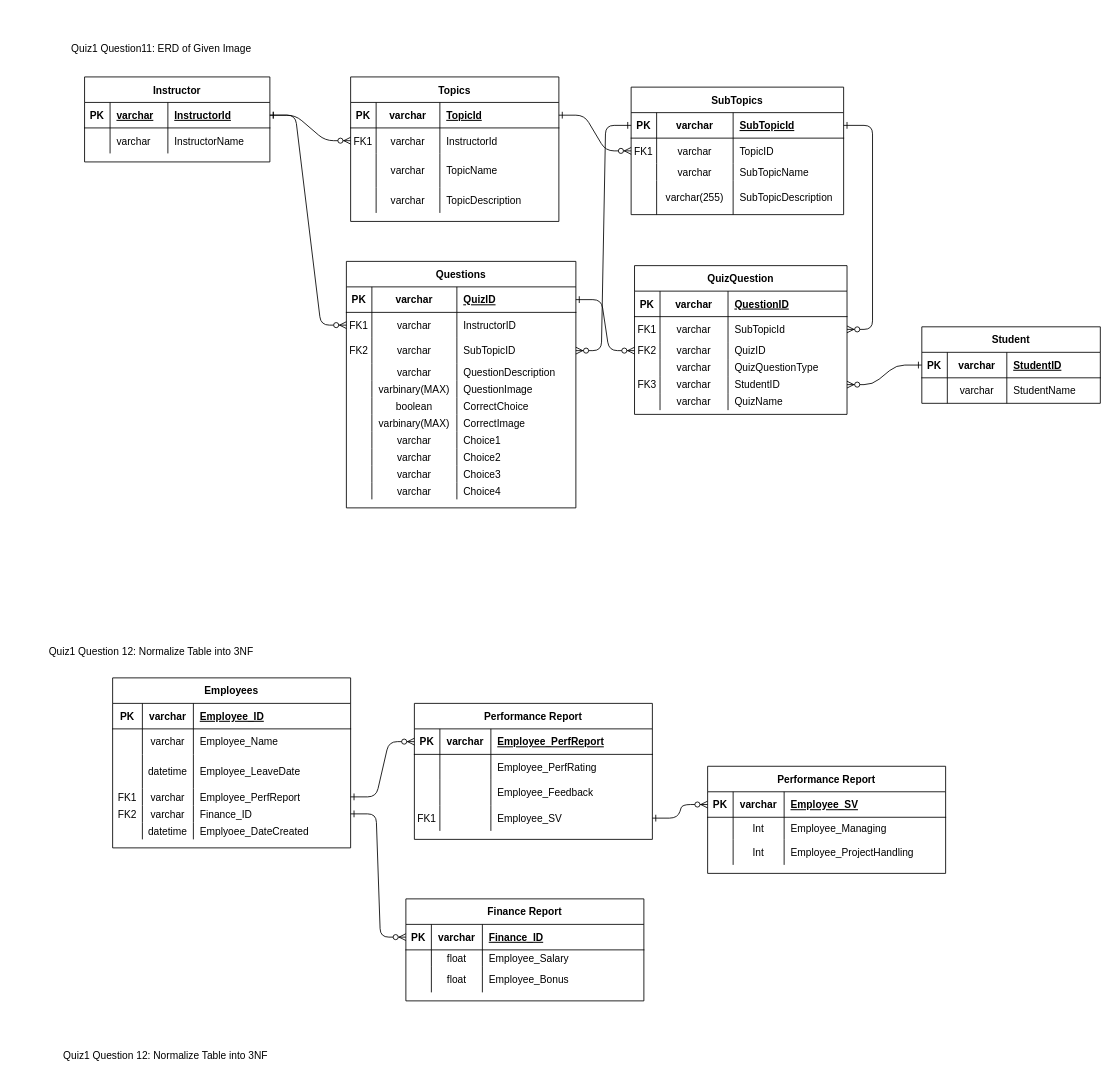
The draw.io diagram Quiz1_111021.drawio in AmirAini/BackEndDay1, before the edit. Source tidied: cells renumbered, new cells numbered last; positions are measured from the earlier drawing's top-left corner, leaving out a move shared by most shapes. Both pictures are drawn from the tidied source at 85%, with x=0, y=0 at pixel (40, 40).
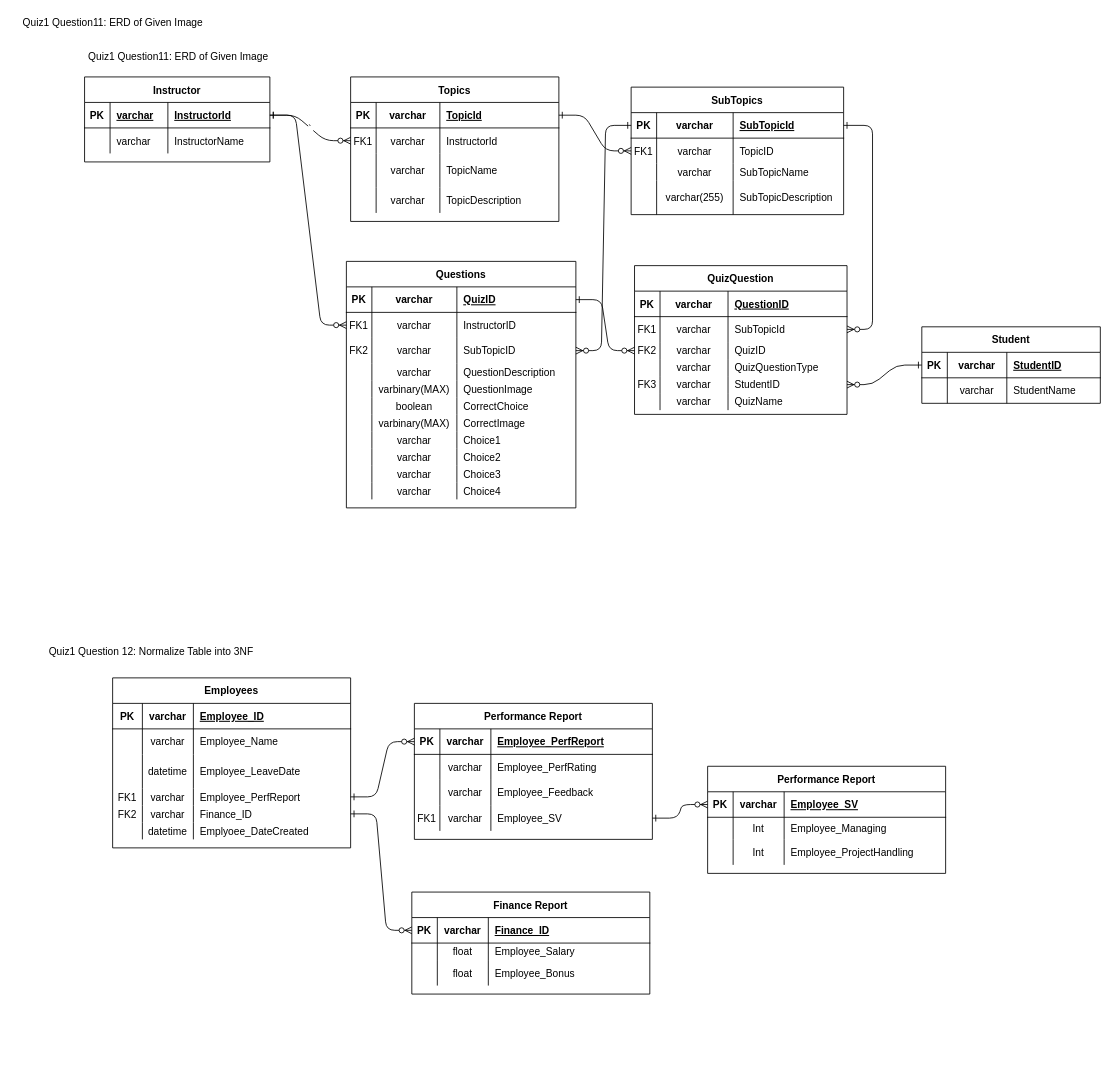
After the change.

The change refers to these unchanged cells:
```xml
<mxCell id="9" style="shape=partialRectangle;fillColor=none;points=[[0,0.5],[1,0.5]];portConstraint=eastwest;top=0;left=0;right=0;bottom=0;" parent="4" vertex="1">
  <mxGeometry y="60" width="245" height="30" as="geometry" />
</mxCell>
<mxCell id="39" style="shape=partialRectangle;fillColor=none;points=[[0,0.5],[1,0.5]];portConstraint=eastwest;top=0;left=0;right=0;bottom=1;" parent="38" vertex="1">
  <mxGeometry y="30" width="218" height="30" as="geometry" />
</mxCell>
<mxCell id="178" style="shape=partialRectangle;fillColor=none;top=0;left=0;right=0;bottom=0;" parent="173" vertex="1">
  <mxGeometry y="60" width="280" height="30" as="geometry" />
</mxCell>
<mxCell id="182" style="shape=partialRectangle;fillColor=none;top=0;left=0;right=0;bottom=0;" parent="173" vertex="1">
  <mxGeometry y="90" width="280" height="30" as="geometry" />
</mxCell>
<mxCell id="186" style="shape=partialRectangle;fillColor=none;points=[[0,0.5],[1,0.5]];portConstraint=eastwest;top=0;left=0;right=0;bottom=0;" parent="173" vertex="1">
  <mxGeometry y="120" width="280" height="30" as="geometry" />
</mxCell>
```

The edit, as a diff of the source:
```diff
@@
-    <mxCell id="2" style="edgeStyle=entityRelationEdgeStyle;endArrow=ERzeroToMany;startArrow=ERone;endFill=1;startFill=0;" parent="1" edge="1" source="39" target="9">
+    <mxCell id="2" value="`" style="edgeStyle=entityRelationEdgeStyle;endArrow=ERzeroToMany;startArrow=ERone;endFill=1;startFill=0;" parent="1" edge="1" source="39" target="9">
       <mxGeometry relative="1" as="geometry" />
     </mxCell>
@@
     <mxCell id="132" value="Quiz1 Question11: ERD of Given Image" style="text;html=1;align=center;verticalAlign=middle;strokeColor=none;fillColor=none;" parent="1" vertex="1">
-      <mxGeometry x="27" width="230" height="20" as="geometry" />
+      <mxGeometry x="-30" y="-30" width="230" height="20" as="geometry" />
     </mxCell>
@@
     <mxCell id="159" value="Finance Report" style="shape=table;startSize=30;childLayout=tableLayout;rowLines=0;fontStyle=1;align=center;" parent="1" vertex="1">
-      <mxGeometry x="430" y="1010" width="280" height="120" as="geometry" />
+      <mxGeometry x="437" y="1002" width="280" height="120" as="geometry" />
     </mxCell>
@@
-    <mxCell id="180" style="shape=partialRectangle;overflow=hidden;fillColor=none;top=0;left=0;bottom=0;right=0;" parent="178" vertex="1">
+    <mxCell id="180" value="varchar" style="shape=partialRectangle;overflow=hidden;fillColor=none;top=0;left=0;bottom=0;right=0;" parent="178" vertex="1">
       <mxGeometry x="30" width="60" height="30" as="geometry" />
     </mxCell>
@@
-    <mxCell id="184" style="shape=partialRectangle;overflow=hidden;fillColor=none;top=0;left=0;bottom=0;right=0;" parent="182" vertex="1">
+    <mxCell id="184" value="varchar" style="shape=partialRectangle;overflow=hidden;fillColor=none;top=0;left=0;bottom=0;right=0;" parent="182" vertex="1">
       <mxGeometry x="30" width="60" height="30" as="geometry" />
     </mxCell>
@@
-    <mxCell id="188" style="shape=partialRectangle;overflow=hidden;fillColor=none;top=0;left=0;bottom=0;right=0;" parent="186" vertex="1">
+    <mxCell id="188" value="varchar" style="shape=partialRectangle;overflow=hidden;fillColor=none;top=0;left=0;bottom=0;right=0;" parent="186" vertex="1">
       <mxGeometry x="30" width="60" height="30" as="geometry" />
     </mxCell>
@@
-    <mxCell id="205" value="Quiz1 Question 12: Normalize Table into 3NF" style="text;html=1;align=center;verticalAlign=middle;strokeColor=none;fillColor=none;" parent="1" vertex="1">
-      <mxGeometry x="17" y="1185" width="260" height="20" as="geometry" />
-    </mxCell>
+    <mxCell id="206" value="Quiz1 Question11: ERD of Given Image" style="text;html=1;align=center;verticalAlign=middle;strokeColor=none;fillColor=none;" parent="1" vertex="1">
+      <mxGeometry x="47" y="10" width="230" height="20" as="geometry" />
+    </mxCell>
```
